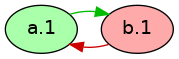
The Graphviz diagram lib/graphs/game_pw2_graph_colored.png in idaks/Games-and-Argumentation, before a commit. Its source is kept beside it as lib/graphs/game_pw2_graph_colored.dot.
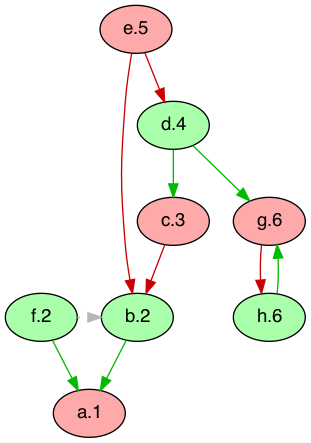
The same file after the commit.

The edit, as a diff of the source:
```diff
@@ -2,13 +2,29 @@
   rankdir="TB"
   node [shape=oval style=filled fontname=Helvetica fontsize=14]
   node [fillcolor="#AAFFAA" fontcolor="#000000"]
+       b[label="b.2"]
+       f[label="f.2"]
+       d[label="d.4"]
+       h[label="h.6"]
+  node [fillcolor="#FFAAAA" fontcolor="#000000"]
        a[label="a.1"]
-  node [fillcolor="#FFAAAA" fontcolor="#000000"]
-       b[label="b.1"]
+       c[label="c.3"]
+       e[label="e.5"]
+       g[label="g.6"]
+  edge [dir=forward color="#00BB00" style="solid"]
+        "b" -> "a"
+        "f" -> "a"
+        "d" -> "c"
+        "d" -> "g"
+        "h" -> "g"
   edge [dir=forward color="#CC0000" style="solid"]
-        "b" -> "a"
-  edge [dir=forward color="#00BB00" style="solid"]
-        "a" -> "b"
+        "c" -> "b"
+        "e" -> "b"
+        "e" -> "d"
+        "g" -> "h"
+  edge [dir=forward color="#b7b7b7" style="dotted" constraint=false]
+        "f" -> "b"
 
-  {rank = max b a}
+  {rank = max a}
+  {rank = min e}
 }
```
